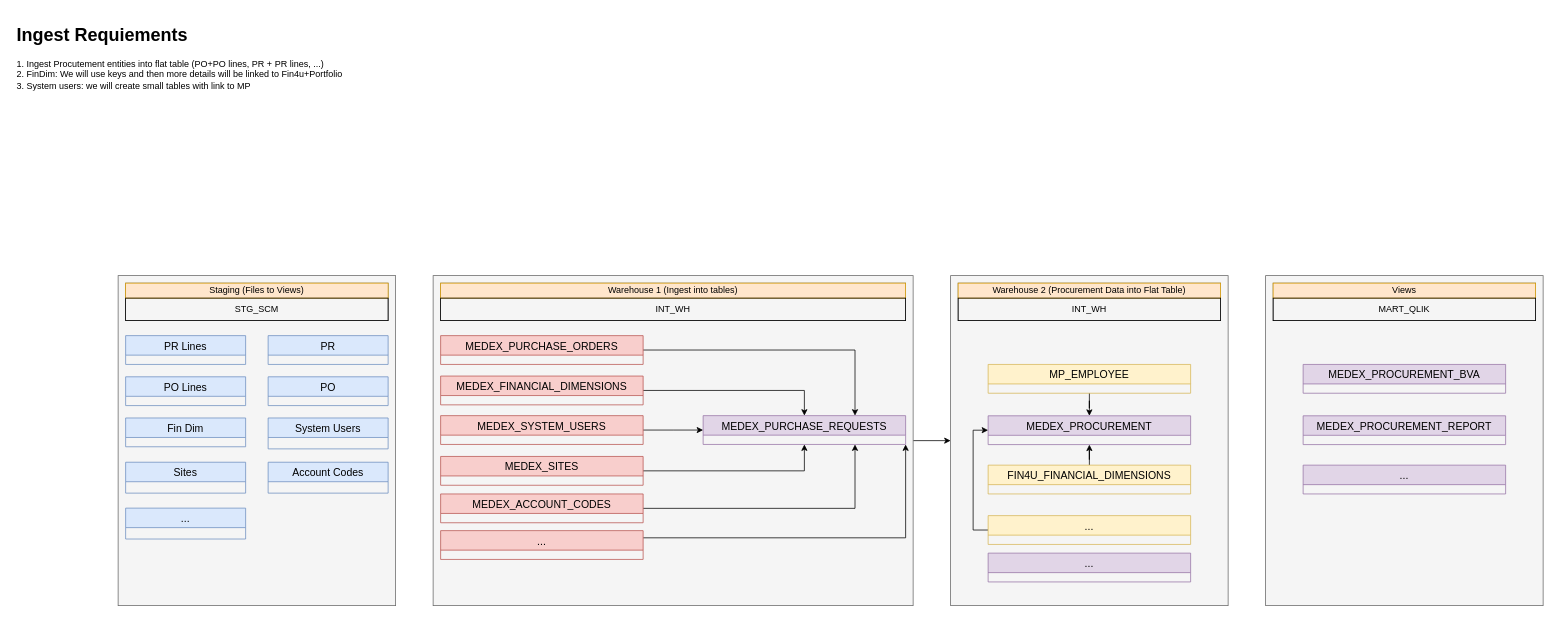
Before: page "Expanded Model" (8 of 9) of scm_value_chain.drawio in Medair/drawio, a draw.io diagram. Source tidied: cells renumbered, new cells numbered last; positions are measured from the earlier drawing's top-left corner, leaving out a move shared by most shapes. Both pictures are drawn from the tidied source at 75%, with x=0, y=0 at pixel (13, 20).
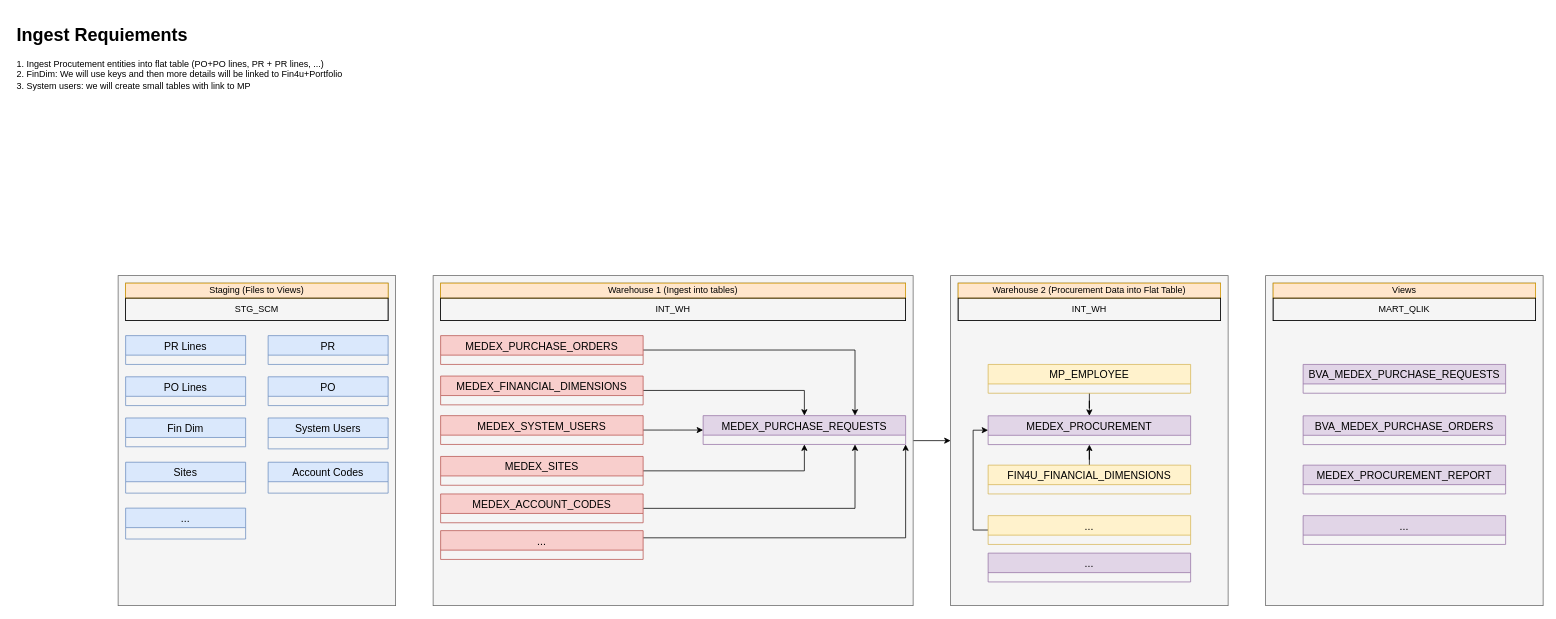
The same page after the edit.

Diff of the diagram source:
```diff
@@
-    <mxCell id="44" value="MEDEX_PROCUREMENT_BVA" style="swimlane;fontStyle=0;horizontal=1;startSize=26;align=center;fontSize=14;fillColor=#e1d5e7;strokeColor=#9673a6;" parent="1" vertex="1">
+    <mxCell id="44" value="BVA_MEDEX_PURCHASE_REQUESTS" style="swimlane;fontStyle=0;horizontal=1;startSize=26;align=center;fontSize=14;fillColor=#e1d5e7;strokeColor=#9673a6;" parent="1" vertex="1">
       <mxGeometry x="1720" y="458.4" width="270" height="38.4" as="geometry" />
     </mxCell>
-    <mxCell id="45" value="MEDEX_PROCUREMENT_REPORT" style="swimlane;fontStyle=0;horizontal=1;startSize=26;align=center;fontSize=14;fillColor=#e1d5e7;strokeColor=#9673a6;" parent="1" vertex="1">
+    <mxCell id="45" value="BVA_MEDEX_PURCHASE_ORDERS" style="swimlane;fontStyle=0;horizontal=1;startSize=26;align=center;fontSize=14;fillColor=#e1d5e7;strokeColor=#9673a6;" parent="1" vertex="1">
       <mxGeometry x="1720" y="526.9" width="270" height="38.4" as="geometry" />
     </mxCell>
-    <mxCell id="46" value="..." style="swimlane;fontStyle=0;horizontal=1;startSize=26;align=center;fontSize=14;fillColor=#e1d5e7;strokeColor=#9673a6;" parent="1" vertex="1">
+    <mxCell id="46" value="MEDEX_PROCUREMENT_REPORT" style="swimlane;fontStyle=0;horizontal=1;startSize=26;align=center;fontSize=14;fillColor=#e1d5e7;strokeColor=#9673a6;" parent="1" vertex="1">
       <mxGeometry x="1720" y="592.7" width="270" height="38.4" as="geometry" />
     </mxCell>
@@
+    <mxCell id="53" value="..." style="swimlane;fontStyle=0;horizontal=1;startSize=26;align=center;fontSize=14;fillColor=#e1d5e7;strokeColor=#9673a6;" parent="1" vertex="1">
+      <mxGeometry x="1720" y="660" width="270" height="38.4" as="geometry" />
+    </mxCell>
```
